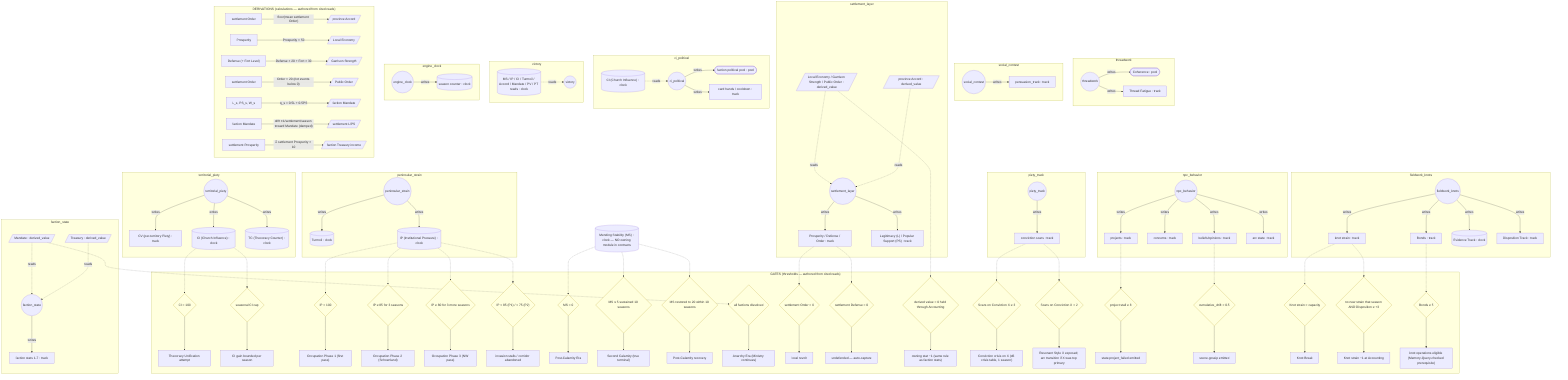
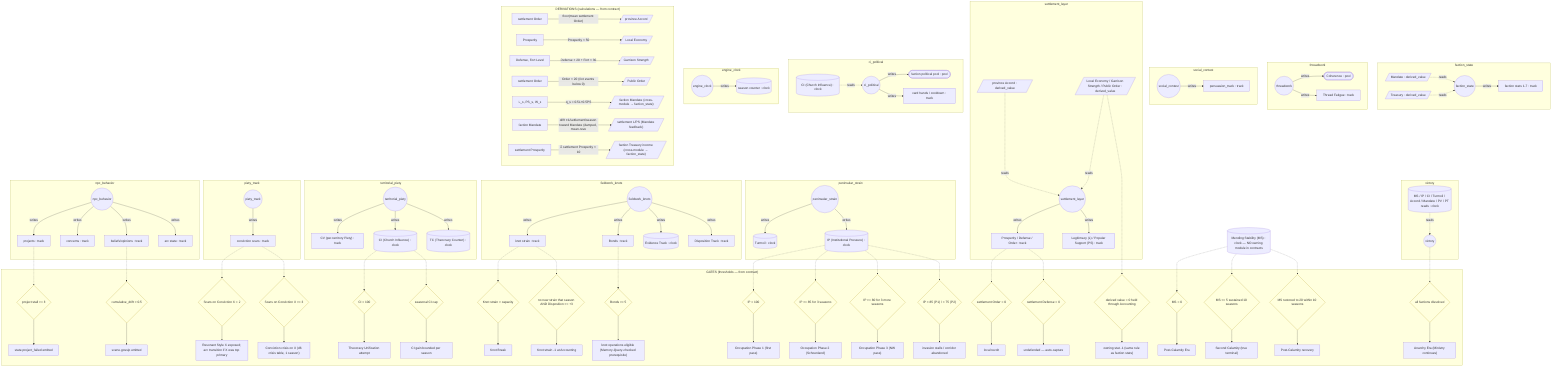
flowchart TB
  subgraph sg_faction_state["faction_state"]
    faction_state_x(("faction_state"))
    q1[/"Mandate : derived_value"/]
    q2[/"Treasury : derived_value"/]
    q3["faction stats 1-7 : track"]
  end
  q1 -.->|reads| faction_state_x
  q2 -.->|reads| faction_state_x
  faction_state_x -->|writes| q3
  subgraph sg_npc_behavior["npc_behavior"]
    npc_behavior_x(("npc_behavior"))
    q4["beliefs/opinions : track"]
    q5["concerns : track"]
    q6["projects : track"]
    q7["arc state : track"]
  end
  npc_behavior_x -->|writes| q4
  npc_behavior_x -->|writes| q5
  npc_behavior_x -->|writes| q6
  npc_behavior_x -->|writes| q7
  subgraph sg_piety_track["piety_track"]
    piety_track_x(("piety_track"))
    q8["conviction scars : track"]
  end
  piety_track_x -->|writes| q8
  subgraph sg_territorial_piety["territorial_piety"]
    territorial_piety_x(("territorial_piety"))
    q9["CV (per-territory Piety) : track"]
    q10[("CI (Church Influence) : clock")]
    q11[("TC (Theocracy Counter) : clock")]
  end
  territorial_piety_x -->|writes| q9
  territorial_piety_x -->|writes| q10
  territorial_piety_x -->|writes| q11
  subgraph sg_threadwork["threadwork"]
    threadwork_x(("threadwork"))
    q12(["Coherence : pool"])
    q13["Thread Fatigue : track"]
  end
  threadwork_x -->|writes| q12
  threadwork_x -->|writes| q13
  subgraph sg_fieldwork_knots["fieldwork_knots"]
    fieldwork_knots_x(("fieldwork_knots"))
    q14["knot strain : track"]
    q15["Bonds : track"]
    q16[("Evidence Track : clock")]
    q17["Disposition Track : track"]
  end
  fieldwork_knots_x -->|writes| q14
  fieldwork_knots_x -->|writes| q15
  fieldwork_knots_x -->|writes| q16
  fieldwork_knots_x -->|writes| q17
  subgraph sg_social_contest["social_contest"]
    social_contest_x(("social_contest"))
    q18["persuasion_track : track"]
  end
  social_contest_x -->|writes| q18
  subgraph sg_peninsular_strain["peninsular_strain"]
    peninsular_strain_x(("peninsular_strain"))
    q19[("Turmoil : clock")]
    q20[("IP (Institutional Pressure) : clock")]
  end
  peninsular_strain_x -->|writes| q19
  peninsular_strain_x -->|writes| q20
  subgraph sg_settlement_layer["settlement_layer"]
    settlement_layer_x(("settlement_layer"))
    q21["Prosperity / Defense / Order : track"]
    q22[/"Local Economy / Garrison Strength / Public Order : derived_value"/]
    q23["Legitimacy (L) / Popular Support (PS) : track"]
    q24[/"province Accord : derived_value"/]
  end
  settlement_layer_x -->|writes| q21
  q22 -.->|reads| settlement_layer_x
  settlement_layer_x -->|writes| q23
  q24 -.->|reads| settlement_layer_x
  subgraph sg_ci_political["ci_political"]
    ci_political_x(("ci_political"))
    q25[("CI (Church Influence) : clock")]
    q26(["faction political pool : pool"])
    q27["card hands / cooldown : track"]
  end
  q25 -.->|reads| ci_political_x
  ci_political_x -->|writes| q26
  ci_political_x -->|writes| q27
  subgraph sg_victory["victory"]
    victory_x(("victory"))
    q28[("MS / IP / CI / Turmoil / Accord / Mandate / PV / PT reads : clock")]
  end
  q28 -.->|reads| victory_x
  subgraph sg_engine_clock["engine_clock"]
    engine_clock_x(("engine_clock"))
    q29[("season counter : clock")]
  end
  engine_clock_x -->|writes| q29
  MS[("Mending Stability (MS) : clock — NO owning module in contracts")]
-   subgraph DERIV["DERIVATIONS (calculations — authored from cited reads)"]
+   subgraph DERIV["DERIVATIONS (calculations — from contract)"]
    d0_s["settlement Order"] -->|"floor(mean settlement Order)"| d0_t[/"province Accord"/]
    %% settlement_layer_v30 §1.3
    d1_s["Prosperity"] -->|"Prosperity × 50"| d1_t[/"Local Economy"/]
    %% settlement_layer_v30 §1.3
-     d2_s["Defense (+ Fort Level)"] -->|"Defense × 20 + Fort × 30"| d2_t[/"Garrison Strength"/]
+     d2_s["Defense, Fort Level"] -->|"Defense × 20 + Fort × 30"| d2_t[/"Garrison Strength"/]
    %% settlement_layer_v30 §1.3
    d3_s["settlement Order"] -->|"Order × 20 (riot events below 0)"| d3_t[/"Public Order"/]
    %% settlement_layer_v30 §1.3
-     d4_s["L_s, PS_s, W_s"] -->|"q_s = 0.5L + 0.5PS"| d4_t[/"faction Mandate"/]
+     d4_s["L_s, PS_s, W_s"] -->|"q_s = 0.5L+0.5PS"| d4_t[/"faction Mandate (cross-module → faction_state)"/]
    %% settlement_layer_v30 §1.8 LPS-2e
-     d5_s["faction Mandate"] -->|"drift ±1/settlement/season toward Mandate (damped)"| d5_t[/"settlement L/PS"/]
+     d5_s["faction Mandate"] -->|"drift ±1/settlement/season toward Mandate (damped, mean-reve"| d5_t[/"settlement L/PS (Mandate feedback)"/]
    %% settlement_layer_v30 §1.8
-     d6_s["settlement Prosperity"] -->|"Σ settlement Prosperity × 10"| d6_t[/"faction Treasury income"/]
-     %% derived_stats §8.1 (as quoted in settlement_layer §1.8)
+     d6_s["settlement Prosperity"] -->|"Σ settlement Prosperity × 10"| d6_t[/"faction Treasury income (cross-module → faction_state)"/]
+     %% derived_stats §8.1 (quoted in settlement_layer §1.8)
  end
-   subgraph GATESB["GATES (thresholds — authored from cited reads)"]
+   subgraph GATESB["GATES (thresholds — from contract)"]
+     g_stall8{"project stall >= 8"} --> g_stall8_c["state.project_failed emitted"]
+     %% npc_behavior: doc-12 §8 / §4.2
+     g_drift{"cumulative_drift > 0.5"} --> g_drift_c["scene.gossip emitted"]
+     %% npc_behavior: doc-12 §8 / §6.3
+     g_scar2{"Scars on Conviction X = 2"} --> g_scar2_c["Resonant Style X exposed; arc transition if X was top primary"]
+     %% piety_track: conviction_track_v1 §2
+     g_scar3{"Scars on Conviction X >= 3"} --> g_scar3_c["Conviction crisis on X (d6 crisis table, 1 season)"]
+     %% piety_track: conviction_track_v1 §2 (PP-718 per-Conviction)
    g_ci100{"CI = 100"} --> g_ci100_c["Theocracy Unification attempt"]
-     %% ci_political_v30 §2.2
+     %% territorial_piety: ci_political_v30 §2.2
    g_cicap{"seasonal CI cap"} --> g_cicap_c["CI gain bounded per season"]
-     %% ci_political_v30 §2.4
+     %% territorial_piety: ci_political_v30 §2.4
+     g_strain{"Knot strain > capacity"} --> g_strain_c["Knot Break"]
+     %% fieldwork_knots: knots_v30 §6.1
+     g_decay{"no new strain that season AND Disposition >= +3"} --> g_decay_c["Knot strain -1 at Accounting"]
+     %% fieldwork_knots: knots_v30 §5
+     g_bond5{"Bonds >= 5"} --> g_bond5_c["knot operations eligible (Memory-Query-checked prerequisite)"]
+     %% fieldwork_knots: key_substrate_v30 §8.4
    g_ip100{"IP = 100"} --> g_ip100_c["Occupation Phase 1 (first pass)"]
-     %% victory_v30 §5.2
-     g_ip85{"IP ≥ 85 for 3 seasons"} --> g_ip85_c["Occupation Phase 2 (Schoenland)"]
-     %% victory_v30 §5.2
-     g_ip80{"IP ≥ 80 for 3 more seasons"} --> g_ip80_c["Occupation Phase 3 (NW pass)"]
-     %% victory_v30 §5.2
+     %% peninsular_strain: victory_v30 §5.2
+     g_ip85{"IP >= 85 for 3 seasons"} --> g_ip85_c["Occupation Phase 2 (Schoenland)"]
+     %% peninsular_strain: victory_v30 §5.2
+     g_ip80{"IP >= 80 for 3 more seasons"} --> g_ip80_c["Occupation Phase 3 (NW pass)"]
+     %% peninsular_strain: victory_v30 §5.2
    g_ipfall{"IP < 85 (P1) / < 75 (P2)"} --> g_ipfall_c["invasion stalls / corridor abandoned"]
-     %% victory_v30 §5.2
+     %% peninsular_strain: victory_v30 §5.2
+     g_ord0{"settlement Order = 0"} --> g_ord0_c["local revolt"]
+     %% settlement_layer: settlement_layer_v30 §1.3
+     g_def0{"settlement Defense = 0"} --> g_def0_c["undefended — auto-capture"]
+     %% settlement_layer: settlement_layer_v30 §1.3
+     g_dv0{"derived value = 0 held through Accounting"} --> g_dv0_c["owning stat -1 (same rule as faction stats)"]
+     %% settlement_layer: settlement_layer_v30 §1.3
    g_ms0{"MS = 0"} --> g_ms0_c["Post-Calamity Era"]
-     %% victory_v30 §5.1
-     g_ms5{"MS ≤ 5 sustained 10 seasons"} --> g_ms5_c["Second Calamity (true terminal)"]
-     %% victory_v30 §5.1
+     %% victory: victory_v30 §5.1
+     g_ms5{"MS <= 5 sustained 10 seasons"} --> g_ms5_c["Second Calamity (true terminal)"]
+     %% victory: victory_v30 §5.1
    g_msrec{"MS restored to 20 within 10 seasons"} --> g_msrec_c["Post-Calamity recovery"]
-     %% victory_v30 §5.1
+     %% victory: victory_v30 §5.1
    g_diss{"all factions dissolved"} --> g_diss_c["Anarchy Era (Ministry continues)"]
-     %% victory_v30 §5.3
-     g_ord0{"settlement Order = 0"} --> g_ord0_c["local revolt"]
-     %% settlement_layer_v30 §1.3
-     g_def0{"settlement Defense = 0"} --> g_def0_c["undefended — auto-capture"]
-     %% settlement_layer_v30 §1.3
-     g_dv0{"derived value = 0 held through Accounting"} --> g_dv0_c["owning stat −1 (same rule as faction stats)"]
-     %% settlement_layer_v30 §1.3
-     g_scar3{"Scars on Conviction X ≥ 3"} --> g_scar3_c["Conviction crisis on X (d6 crisis table, 1 season)"]
-     %% conviction_track_v1 §2 (PP-718 per-Conviction)
-     g_scar2{"Scars on Conviction X = 2"} --> g_scar2_c["Resonant Style X exposed; arc transition if X was top primary"]
-     %% conviction_track_v1 §2
-     g_stall8{"project stall ≥ 8"} --> g_stall8_c["state.project_failed emitted"]
-     %% doc-12 §8 / §4.2
-     g_drift{"cumulative_drift > 0.5"} --> g_drift_c["scene.gossip emitted"]
-     %% doc-12 §8 / §6.3
-     g_strain{"Knot strain > capacity"} --> g_strain_c["Knot Break"]
-     %% knots_v30 §6.1
-     g_decay{"no new strain that season AND Disposition ≥ +3"} --> g_decay_c["Knot strain −1 at Accounting"]
-     %% knots_v30 §5
-     g_bond5{"Bonds ≥ 5"} --> g_bond5_c["knot operations eligible (Memory-Query-checked prerequisite)"]
-     %% key_substrate_v30 §8.4
+     %% victory: victory_v30 §5.3
  end
+   q6 -.-> g_stall8
+   q4 -.-> g_drift
+   q8 -.-> g_scar2
+   q8 -.-> g_scar3
  q10 -.-> g_ci100
  q10 -.-> g_cicap
+   q14 -.-> g_strain
+   q14 -.-> g_decay
+   q15 -.-> g_bond5
  q20 -.-> g_ip100
  q20 -.-> g_ip85
  q20 -.-> g_ip80
  q20 -.-> g_ipfall
+   q21 -.-> g_ord0
+   q21 -.-> g_def0
+   q22 -.-> g_dv0
  MS -.-> g_ms0
  MS -.-> g_ms5
  MS -.-> g_msrec
-   q1 -.-> g_diss
-   q21 -.-> g_ord0
-   q21 -.-> g_def0
-   q22 -.-> g_dv0
-   q8 -.-> g_scar2
-   q8 -.-> g_scar3
-   q6 -.-> g_stall8
-   q4 -.-> g_drift
-   q14 -.-> g_strain
-   q14 -.-> g_decay
-   q15 -.-> g_bond5
+   victory_x -.-> g_diss
  classDef gatecls fill:#ffd,stroke:#a80;
-   class g_ci100,g_cicap,g_ip100,g_ip85,g_ip80,g_ipfall,g_ms0,g_ms5,g_msrec,g_diss,g_ord0,g_def0,g_dv0,g_scar3,g_scar2,g_stall8,g_drift,g_strain,g_decay,g_bond5 gatecls;
+   class g_stall8,g_drift,g_scar2,g_scar3,g_ci100,g_cicap,g_strain,g_decay,g_bond5,g_ip100,g_ip85,g_ip80,g_ipfall,g_ord0,g_def0,g_dv0,g_ms0,g_ms5,g_msrec,g_diss gatecls;
